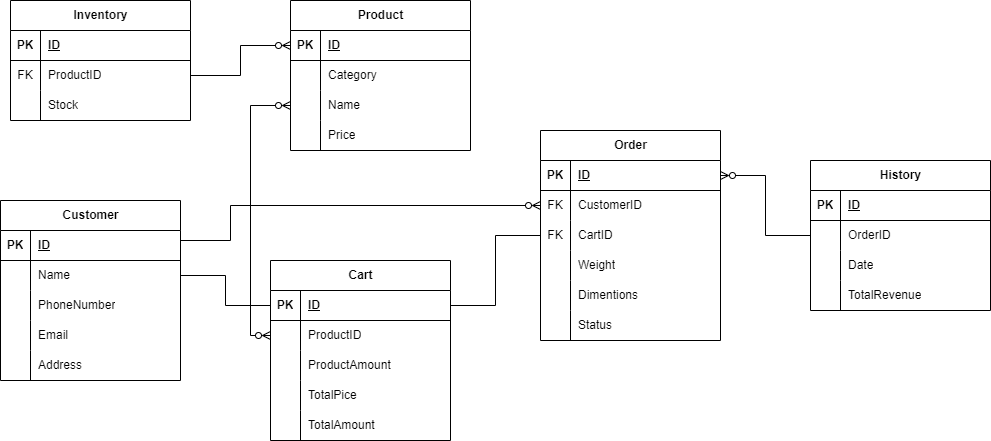
Earlier version of the draw.io export CandleShop.drawio.png (boolean-uk/java-data-modelling). Source tidied: cells renumbered, new cells last; positions are measured from the earlier drawing's top-left corner, leaving out a move shared by most shapes.
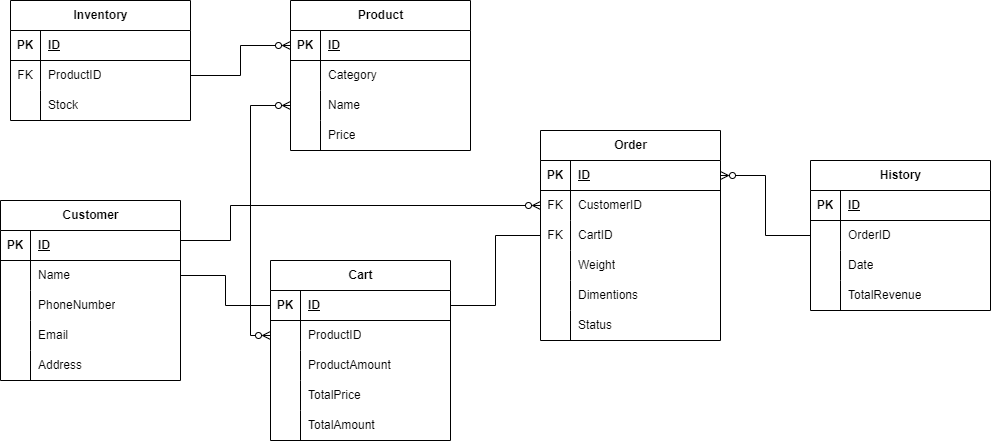
The same diagram one commit later.

What changed in the source:
```diff
@@ -164,7 +164,7 @@
     <mxCell id="55" style="shape=partialRectangle;fillColor=none;top=0;left=0;bottom=0;right=0;overflow=hidden;whiteSpace=wrap;html=1;" parent="54" vertex="1">
       <mxGeometry width="30" height="30" as="geometry" />
     </mxCell>
-    <mxCell id="56" value="TotalPice" style="shape=partialRectangle;fillColor=none;top=0;left=0;bottom=0;right=0;align=left;spacingLeft=6;overflow=hidden;whiteSpace=wrap;html=1;" parent="54" vertex="1">
+    <mxCell id="56" value="TotalPrice" style="shape=partialRectangle;fillColor=none;top=0;left=0;bottom=0;right=0;align=left;spacingLeft=6;overflow=hidden;whiteSpace=wrap;html=1;" parent="54" vertex="1">
       <mxGeometry x="30" width="150" height="30" as="geometry" />
     </mxCell>
     <mxCell id="57" style="shape=tableRow;horizontal=0;startSize=0;swimlaneHead=0;swimlaneBody=0;fillColor=none;top=0;left=0;right=0;bottom=0;" parent="44" vertex="1">
```
